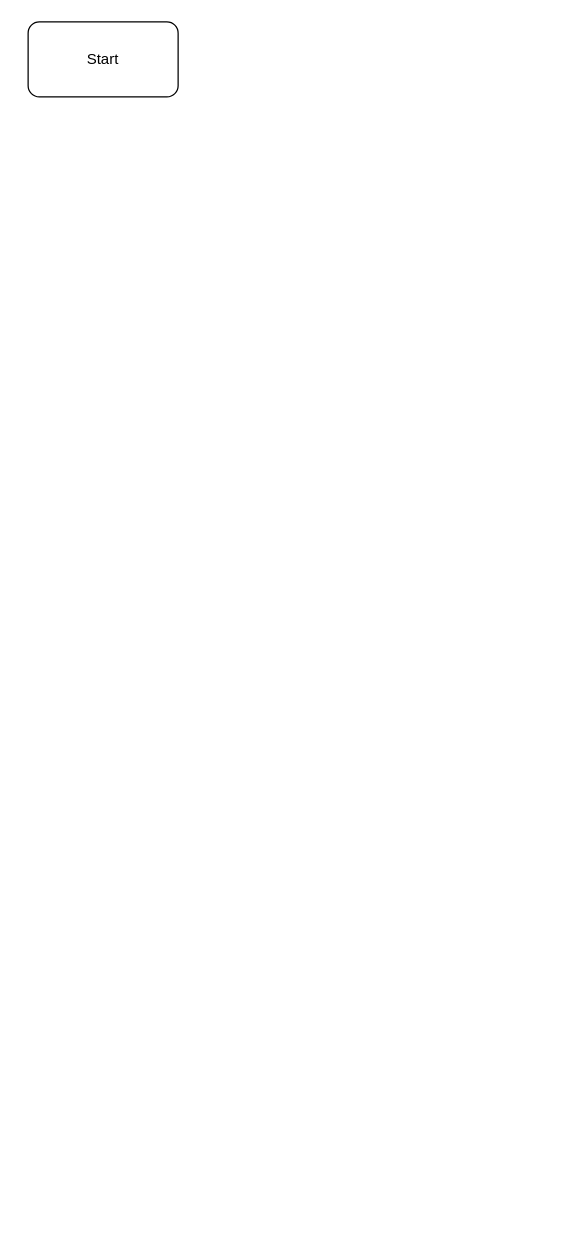
Earlier version of the draw.io diagram Module1/Lab3/Lab3 Algorithmization.drawio (aiolii63/Ironhack). Source tidied: cells renumbered, new cells numbered last; positions are measured from the earlier drawing's top-left corner, leaving out a move shared by most shapes. Both pictures are drawn from the tidied source at 125%, with x=0, y=0 at pixel (28, 21).
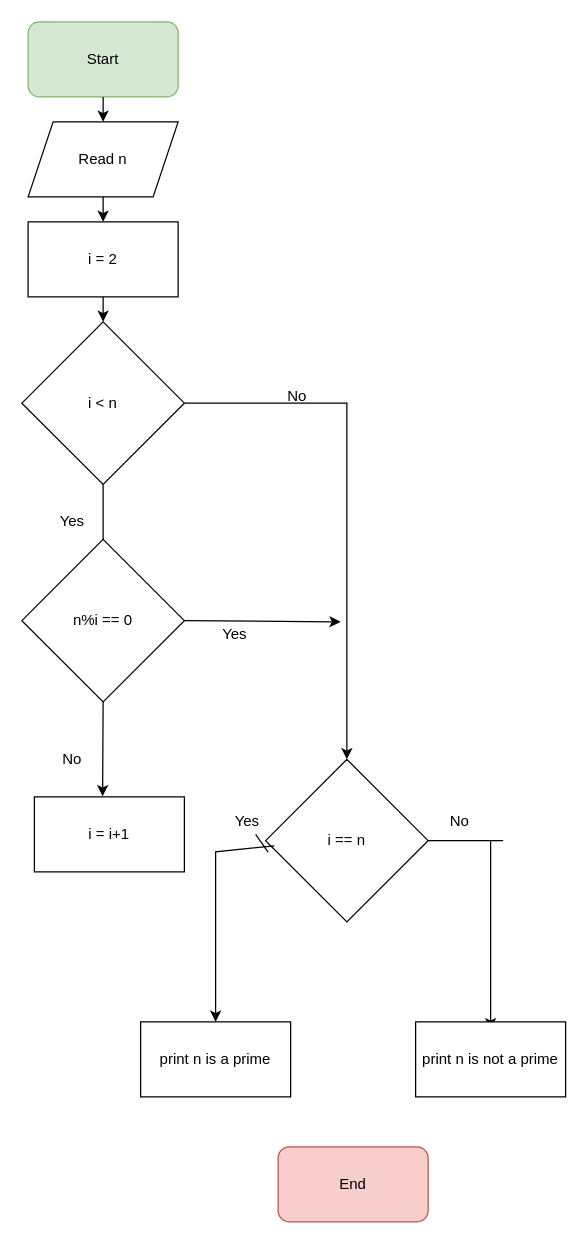
After the change.

The edit, as a diff of the source:
```diff
@@
-    <mxCell id="2" value="Start" style="rounded=1;whiteSpace=wrap;html=1;" parent="1" vertex="1">
+    <mxCell id="2" value="Start" style="rounded=1;whiteSpace=wrap;html=1;fillColor=#d5e8d4;strokeColor=#82b366;" parent="1" vertex="1">
       <mxGeometry width="120" height="60" as="geometry" />
     </mxCell>
+    <mxCell id="3" style="endArrow=classic;html=1;rounded=0;" parent="1" edge="1" source="2" target="4">
+      <mxGeometry relative="1" as="geometry" />
+    </mxCell>
+    <mxCell id="4" value="Read n" style="shape=parallelogram;perimeter=parallelogramPerimeter;whiteSpace=wrap;html=1;fixedSize=1;" parent="1" vertex="1">
+      <mxGeometry y="80" width="120" height="60" as="geometry" />
+    </mxCell>
+    <mxCell id="5" style="endArrow=classic;html=1;rounded=0;exitX=0.5;exitY=1;exitDx=0;exitDy=0;" parent="1" edge="1" source="4" target="7">
+      <mxGeometry relative="1" as="geometry" />
+    </mxCell>
+    <mxCell id="6" style="edgeStyle=orthogonalEdgeStyle;rounded=0;jettySize=auto;html=1;exitX=0.5;exitY=1;exitDx=0;exitDy=0;" parent="1" edge="1" source="7">
+      <mxGeometry relative="1" as="geometry">
+        <mxPoint x="60" y="240" as="targetPoint" />
+      </mxGeometry>
+    </mxCell>
+    <mxCell id="7" value="i = 2" style="rounded=0;whiteSpace=wrap;html=1;" parent="1" vertex="1">
+      <mxGeometry y="160" width="120" height="60" as="geometry" />
+    </mxCell>
+    <mxCell id="8" style="edgeStyle=orthogonalEdgeStyle;rounded=0;jettySize=auto;html=1;exitX=1;exitY=0.5;exitDx=0;exitDy=0;entryX=0.5;entryY=0;entryDx=0;entryDy=0;" parent="1" edge="1" source="9" target="19">
+      <mxGeometry relative="1" as="geometry">
+        <Array as="points">
+          <mxPoint x="255" y="305" />
+          <mxPoint x="255" y="560" />
+        </Array>
+      </mxGeometry>
+    </mxCell>
+    <mxCell id="9" value="i &amp;lt; n" style="rhombus;whiteSpace=wrap;html=1;" parent="1" vertex="1">
+      <mxGeometry x="-5" y="240" width="130" height="130" as="geometry" />
+    </mxCell>
+    <mxCell id="10" style="endArrow=classic;html=1;rounded=0;exitX=0.5;exitY=1;exitDx=0;exitDy=0;" parent="1" edge="1" source="9">
+      <mxGeometry relative="1" as="geometry">
+        <mxPoint x="60" y="440" as="targetPoint" />
+      </mxGeometry>
+    </mxCell>
+    <mxCell id="11" value="Yes" style="text;html=1;align=center;verticalAlign=middle;strokeColor=none;fillColor=none;rotation=0;" parent="1" vertex="1">
+      <mxGeometry x="20" y="390" width="30" height="20" as="geometry" />
+    </mxCell>
+    <mxCell id="12" value="No" style="text;html=1;align=center;verticalAlign=middle;strokeColor=none;fillColor=none;" parent="1" vertex="1">
+      <mxGeometry x="200" y="290" width="30" height="20" as="geometry" />
+    </mxCell>
+    <mxCell id="13" value="n%i == 0" style="rhombus;whiteSpace=wrap;html=1;" parent="1" vertex="1">
+      <mxGeometry x="-5" y="414" width="130" height="130" as="geometry" />
+    </mxCell>
+    <mxCell id="14" value="i = i+1" style="rounded=0;whiteSpace=wrap;html=1;" parent="1" vertex="1">
+      <mxGeometry x="5" y="620" width="120" height="60" as="geometry" />
+    </mxCell>
+    <mxCell id="15" style="endArrow=classic;html=1;rounded=0;exitX=0.5;exitY=1;exitDx=0;exitDy=0;entryX=0.455;entryY=-0.007;entryDx=0;entryDy=0;entryPerimeter=0;" parent="1" edge="1" source="13" target="14">
+      <mxGeometry relative="1" as="geometry" />
+    </mxCell>
+    <mxCell id="16" value="Yes" style="text;html=1;align=center;verticalAlign=middle;strokeColor=none;fillColor=none;rotation=0;" parent="1" vertex="1">
+      <mxGeometry x="150" y="480" width="30" height="20" as="geometry" />
+    </mxCell>
+    <mxCell id="17" value="No" style="text;html=1;align=center;verticalAlign=middle;strokeColor=none;fillColor=none;" parent="1" vertex="1">
+      <mxGeometry x="20" y="580" width="30" height="20" as="geometry" />
+    </mxCell>
+    <mxCell id="18" style="endArrow=classic;html=1;rounded=0;exitX=1;exitY=0.5;exitDx=0;exitDy=0;" parent="1" edge="1" source="13">
+      <mxGeometry relative="1" as="geometry">
+        <mxPoint x="250" y="480" as="targetPoint" />
+      </mxGeometry>
+    </mxCell>
+    <mxCell id="19" value="i == n" style="rhombus;whiteSpace=wrap;html=1;" parent="1" vertex="1">
+      <mxGeometry x="190" y="590" width="130" height="130" as="geometry" />
+    </mxCell>
+    <mxCell id="20" style="endArrow=classic;html=1;rounded=0;exitX=1.233;exitY=1.458;exitDx=0;exitDy=0;exitPerimeter=0;startArrow=none;" parent="1" edge="1" source="23">
+      <mxGeometry relative="1" as="geometry">
+        <mxPoint x="150" y="800" as="targetPoint" />
+        <Array as="points">
+          <mxPoint x="150" y="664" />
+        </Array>
+      </mxGeometry>
+    </mxCell>
+    <mxCell id="21" style="endArrow=classic;html=1;rounded=0;startArrow=none;" parent="1" edge="1">
+      <mxGeometry relative="1" as="geometry">
+        <mxPoint x="370" y="655" as="sourcePoint" />
+        <mxPoint x="370" y="806" as="targetPoint" />
+        <Array as="points">
+          <mxPoint x="370" y="655" />
+        </Array>
+      </mxGeometry>
+    </mxCell>
+    <mxCell id="22" value="print n is a prime" style="rounded=0;whiteSpace=wrap;html=1;" parent="1" vertex="1">
+      <mxGeometry x="90" y="800" width="120" height="60" as="geometry" />
+    </mxCell>
+    <mxCell id="23" value="Yes" style="text;html=1;align=center;verticalAlign=middle;points=[];strokeColor=none;fillColor=none;rotation=0;" parent="1" vertex="1">
+      <mxGeometry x="160" y="630" width="30" height="20" as="geometry" />
+    </mxCell>
+    <mxCell id="24" style="endArrow=none;html=1;rounded=0;exitX=0.015;exitY=0.571;exitDx=0;exitDy=0;exitPerimeter=0;" parent="1" edge="1" source="19" target="23">
+      <mxGeometry relative="1" as="geometry" />
+    </mxCell>
+    <mxCell id="25" value="No" style="text;html=1;align=center;verticalAlign=middle;strokeColor=none;fillColor=none;rotation=0;" parent="1" vertex="1">
+      <mxGeometry x="330" y="630" width="30" height="20" as="geometry" />
+    </mxCell>
+    <mxCell id="26" style="endArrow=none;html=1;rounded=0;exitX=1;exitY=0.5;exitDx=0;exitDy=0;" parent="1" edge="1" source="19">
+      <mxGeometry relative="1" as="geometry">
+        <mxPoint x="380" y="655" as="targetPoint" />
+      </mxGeometry>
+    </mxCell>
+    <mxCell id="27" value="print n is not a prime" style="rounded=0;whiteSpace=wrap;html=1;" parent="1" vertex="1">
+      <mxGeometry x="310" y="800" width="120" height="60" as="geometry" />
+    </mxCell>
+    <mxCell id="28" value="End" style="rounded=1;whiteSpace=wrap;html=1;fillColor=#f8cecc;strokeColor=#b85450;" parent="1" vertex="1">
+      <mxGeometry x="200" y="900" width="120" height="60" as="geometry" />
+    </mxCell>
```
